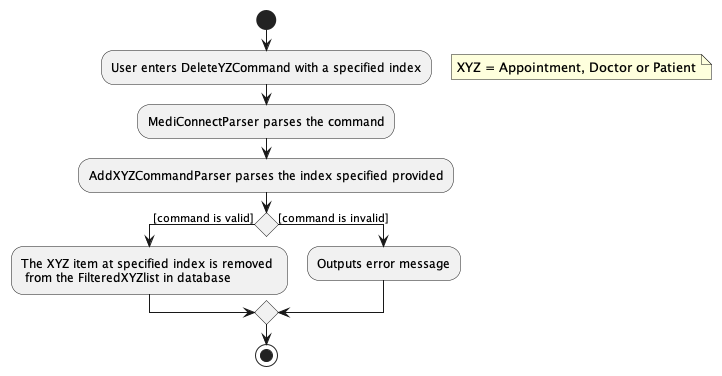
Before: docs/images/DeleteXYZActivityDiagram.png, a diagram exported from PlantUML (yanghengtang/tp). Source of this version:
```plantuml
@startuml

start
:User enters DeleteYZCommand with a specified index;
floating note right
    XYZ = Appointment, Doctor or Patient
end note
:MediConnectParser parses the command;
:AddXYZCommandParser parses the index specified provided;
if () then ([command is valid])
  :The XYZ item at specified index is removed \n from the FilteredXYZlist in database;
else ([command is invalid])
  :Outputs error message;
endif

stop

@enduml
```
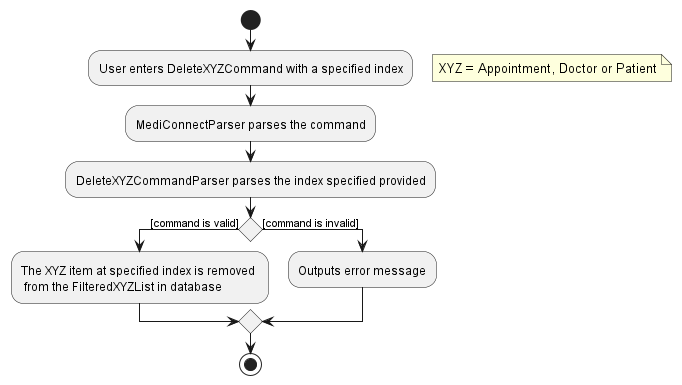
The same diagram one commit later.

Change to the diagram source:
```diff
@@ -1,14 +1,14 @@
 @startuml
 
 start
-:User enters DeleteYZCommand with a specified index;
+:User enters DeleteXYZCommand with a specified index;
 floating note right
     XYZ = Appointment, Doctor or Patient
 end note
 :MediConnectParser parses the command;
-:AddXYZCommandParser parses the index specified provided;
+:DeleteXYZCommandParser parses the index specified provided;
 if () then ([command is valid])
-  :The XYZ item at specified index is removed \n from the FilteredXYZlist in database;
+  :The XYZ item at specified index is removed \n from the FilteredXYZList in database;
 else ([command is invalid])
   :Outputs error message;
 endif
```
